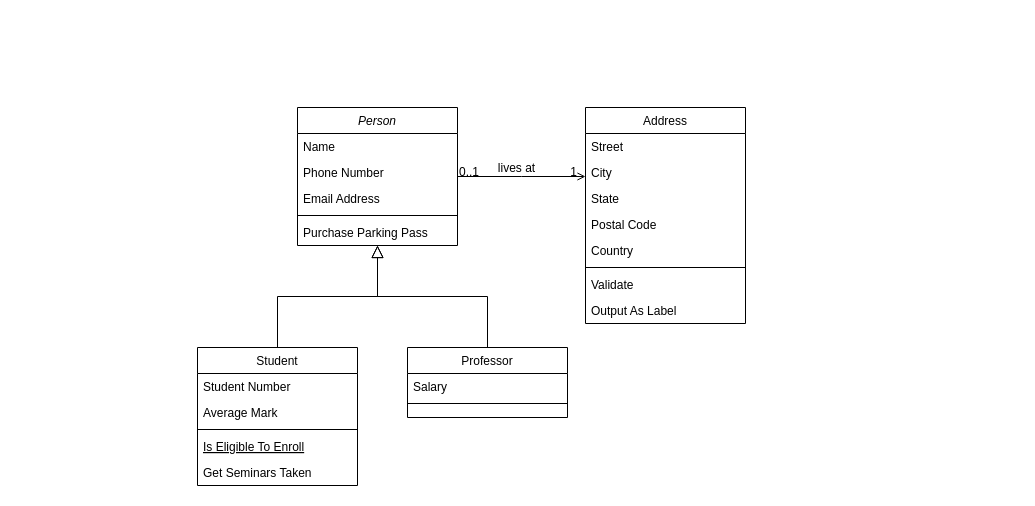
Before: EnvioDeMensagensStrategyFactory/Diagrama sem nome.drawio in Rauljpn/PadroesDeProjetos, a draw.io diagram. Source tidied: cells renumbered, new cells numbered last; positions are measured from the earlier drawing's top-left corner, leaving out a move shared by most shapes. Both pictures are drawn from the tidied source at 100%, with x=0, y=0 at pixel (197, 107).
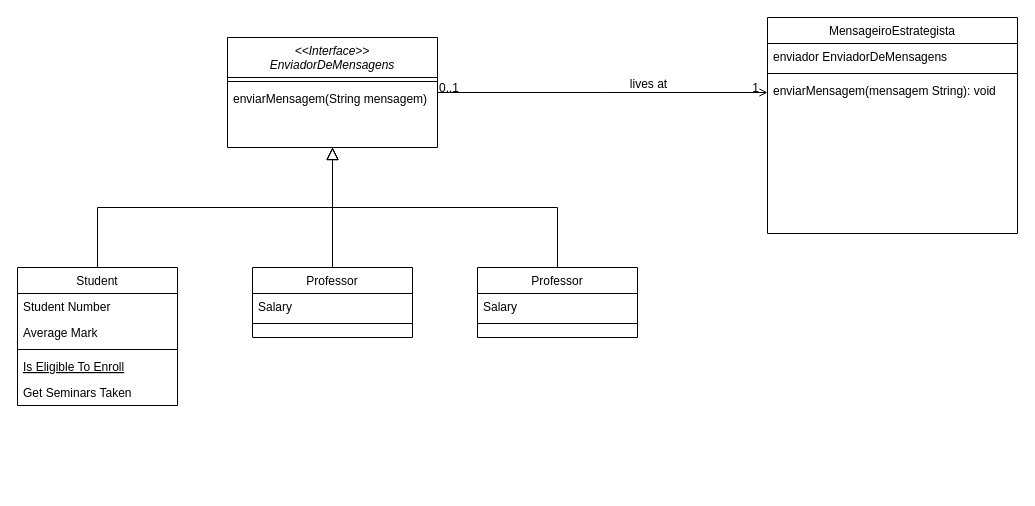
Above is the later version.

What changed in the source:
```diff
@@
-    <mxCell id="2" value="Person" style="swimlane;fontStyle=2;align=center;verticalAlign=top;horizontal=1;startSize=26;rounded=0;shadow=0;strokeWidth=1;" parent="1" vertex="1">
-      <mxGeometry x="100" width="160" height="138" as="geometry" />
+    <mxCell id="2" value="&lt;&lt;Interface&gt;&gt;&#10;EnviadorDeMensagens" style="swimlane;fontStyle=2;align=center;verticalAlign=top;horizontal=1;startSize=40;rounded=0;shadow=0;strokeWidth=1;" parent="1" vertex="1">
+      <mxGeometry x="30" y="-70" width="210" height="110" as="geometry" />
     </mxCell>
-    <mxCell id="3" value="Name" style="text;align=left;verticalAlign=top;spacingLeft=4;spacingRight=4;overflow=hidden;" parent="2" vertex="1">
-      <mxGeometry y="26" width="160" height="26" as="geometry" />
-    </mxCell>
-    <mxCell id="4" value="Phone Number" style="text;align=left;verticalAlign=top;spacingLeft=4;spacingRight=4;overflow=hidden;rounded=0;shadow=0;html=0;" parent="2" vertex="1">
-      <mxGeometry y="52" width="160" height="26" as="geometry" />
-    </mxCell>
-    <mxCell id="5" value="Email Address" style="text;align=left;verticalAlign=top;spacingLeft=4;spacingRight=4;overflow=hidden;rounded=0;shadow=0;html=0;" parent="2" vertex="1">
-      <mxGeometry y="78" width="160" height="26" as="geometry" />
-    </mxCell>
     <mxCell id="6" style="line;html=1;strokeWidth=1;align=left;verticalAlign=middle;spacingTop=-1;spacingLeft=3;spacingRight=3;labelPosition=right;" parent="2" vertex="1">
-      <mxGeometry y="104" width="160" height="8" as="geometry" />
+      <mxGeometry y="40" width="210" height="8" as="geometry" />
     </mxCell>
-    <mxCell id="7" value="Purchase Parking Pass" style="text;align=left;verticalAlign=top;spacingLeft=4;spacingRight=4;overflow=hidden;" parent="2" vertex="1">
-      <mxGeometry y="112" width="160" height="26" as="geometry" />
+    <mxCell id="7" value="enviarMensagem(String mensagem)" style="text;align=left;verticalAlign=top;spacingLeft=4;spacingRight=4;overflow=hidden;" parent="2" vertex="1">
+      <mxGeometry y="48" width="210" height="26" as="geometry" />
     </mxCell>
     <mxCell id="8" value="Student" style="swimlane;fontStyle=0;align=center;verticalAlign=top;horizontal=1;startSize=26;rounded=0;shadow=0;strokeWidth=1;" parent="1" vertex="1">
-      <mxGeometry y="240" width="160" height="138" as="geometry" />
+      <mxGeometry x="-180" y="160" width="160" height="138" as="geometry" />
     </mxCell>
@@
     <mxCell id="15" value="Professor" style="swimlane;fontStyle=0;align=center;verticalAlign=top;horizontal=1;startSize=26;rounded=0;shadow=0;strokeWidth=1;" parent="1" vertex="1">
-      <mxGeometry x="210" y="240" width="160" height="70" as="geometry" />
+      <mxGeometry x="55" y="160" width="160" height="70" as="geometry" />
     </mxCell>
@@
-    <mxCell id="19" value="Address" style="swimlane;fontStyle=0;align=center;verticalAlign=top;horizontal=1;startSize=26;rounded=0;shadow=0;strokeWidth=1;" parent="1" vertex="1">
-      <mxGeometry x="388" width="160" height="216" as="geometry" />
+    <mxCell id="19" value="MensageiroEstrategista" style="swimlane;fontStyle=0;align=center;verticalAlign=top;horizontal=1;startSize=26;rounded=0;shadow=0;strokeWidth=1;" parent="1" vertex="1">
+      <mxGeometry x="570" y="-90" width="250" height="216" as="geometry" />
     </mxCell>
-    <mxCell id="20" value="Street" style="text;align=left;verticalAlign=top;spacingLeft=4;spacingRight=4;overflow=hidden;" parent="19" vertex="1">
-      <mxGeometry y="26" width="160" height="26" as="geometry" />
-    </mxCell>
-    <mxCell id="21" value="City" style="text;align=left;verticalAlign=top;spacingLeft=4;spacingRight=4;overflow=hidden;rounded=0;shadow=0;html=0;" parent="19" vertex="1">
-      <mxGeometry y="52" width="160" height="26" as="geometry" />
-    </mxCell>
-    <mxCell id="22" value="State" style="text;align=left;verticalAlign=top;spacingLeft=4;spacingRight=4;overflow=hidden;rounded=0;shadow=0;html=0;" parent="19" vertex="1">
-      <mxGeometry y="78" width="160" height="26" as="geometry" />
-    </mxCell>
-    <mxCell id="23" value="Postal Code" style="text;align=left;verticalAlign=top;spacingLeft=4;spacingRight=4;overflow=hidden;rounded=0;shadow=0;html=0;" parent="19" vertex="1">
-      <mxGeometry y="104" width="160" height="26" as="geometry" />
-    </mxCell>
-    <mxCell id="24" value="Country" style="text;align=left;verticalAlign=top;spacingLeft=4;spacingRight=4;overflow=hidden;rounded=0;shadow=0;html=0;" parent="19" vertex="1">
-      <mxGeometry y="130" width="160" height="26" as="geometry" />
+    <mxCell id="24" value="enviador EnviadorDeMensagens" style="text;align=left;verticalAlign=top;spacingLeft=4;spacingRight=4;overflow=hidden;rounded=0;shadow=0;html=0;" parent="19" vertex="1">
+      <mxGeometry y="26" width="250" height="26" as="geometry" />
     </mxCell>
     <mxCell id="25" style="line;html=1;strokeWidth=1;align=left;verticalAlign=middle;spacingTop=-1;spacingLeft=3;spacingRight=3;labelPosition=right;" parent="19" vertex="1">
-      <mxGeometry y="156" width="160" height="8" as="geometry" />
+      <mxGeometry y="52" width="250" height="8" as="geometry" />
     </mxCell>
-    <mxCell id="26" value="Validate" style="text;align=left;verticalAlign=top;spacingLeft=4;spacingRight=4;overflow=hidden;" parent="19" vertex="1">
-      <mxGeometry y="164" width="160" height="26" as="geometry" />
+    <mxCell id="26" value="enviarMensagem(mensagem String): void" style="text;align=left;verticalAlign=top;spacingLeft=4;spacingRight=4;overflow=hidden;" parent="19" vertex="1">
+      <mxGeometry y="60" width="250" height="26" as="geometry" />
     </mxCell>
-    <mxCell id="27" value="Output As Label" style="text;align=left;verticalAlign=top;spacingLeft=4;spacingRight=4;overflow=hidden;" parent="19" vertex="1">
-      <mxGeometry y="190" width="160" height="26" as="geometry" />
-    </mxCell>
@@
+    <mxCell id="32" value="Professor" style="swimlane;fontStyle=0;align=center;verticalAlign=top;horizontal=1;startSize=26;rounded=0;shadow=0;strokeWidth=1;" parent="1" vertex="1">
+      <mxGeometry x="280" y="160" width="160" height="70" as="geometry" />
+    </mxCell>
+    <mxCell id="33" value="Salary" style="text;align=left;verticalAlign=top;spacingLeft=4;spacingRight=4;overflow=hidden;" parent="32" vertex="1">
+      <mxGeometry y="26" width="160" height="26" as="geometry" />
+    </mxCell>
+    <mxCell id="34" style="line;html=1;strokeWidth=1;align=left;verticalAlign=middle;spacingTop=-1;spacingLeft=3;spacingRight=3;labelPosition=right;" parent="32" vertex="1">
+      <mxGeometry y="52" width="160" height="8" as="geometry" />
+    </mxCell>
+    <mxCell id="35" style="endArrow=block;endSize=10;endFill=0;shadow=0;strokeWidth=1;rounded=0;edgeStyle=elbowEdgeStyle;elbow=vertical;exitX=0.5;exitY=0;exitDx=0;exitDy=0;entryX=0.5;entryY=1;entryDx=0;entryDy=0;" parent="1" edge="1" source="32" target="2">
+      <mxGeometry relative="1" as="geometry" />
+    </mxCell>
```
